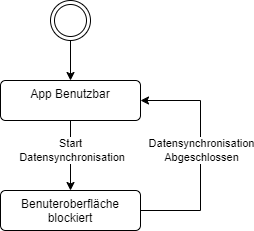
Earlier version of the draw.io export ablage/synchrone-datensynchronisation.drawio.png (zuercheram/Master-Thesis). Source tidied: cells renumbered, new cells last; positions are measured from the earlier drawing's top-left corner, leaving out a move shared by most shapes. Source of this version:
```xml
<mxGraphModel>
  <root>
    <mxCell id="0" />
    <mxCell id="1" parent="0" />
    <mxCell id="2" style="edgeStyle=orthogonalEdgeStyle;rounded=0;jettySize=auto;html=1;" parent="1" edge="1" source="3" target="6">
      <mxGeometry relative="1" as="geometry" />
    </mxCell>
    <mxCell id="3" style="ellipse;shape=doubleEllipse;html=1;dashed=0;whiteSpace=wrap;" parent="1" vertex="1">
      <mxGeometry x="50" width="40" height="40" as="geometry" />
    </mxCell>
    <mxCell id="4" style="edgeStyle=orthogonalEdgeStyle;rounded=0;jettySize=auto;html=1;" parent="1" edge="1" source="6" target="9">
      <mxGeometry relative="1" as="geometry" />
    </mxCell>
    <mxCell id="5" value="Start&lt;div&gt;&amp;nbsp;Datensynchronisation&lt;/div&gt;" style="edgeLabel;html=1;align=center;verticalAlign=middle;" parent="4" vertex="1">
      <mxGeometry x="-0.17" y="-1" relative="1" as="geometry" />
    </mxCell>
    <mxCell id="6" value="App Benutzbar" style="html=1;align=center;verticalAlign=top;rounded=1;absoluteArcSize=1;arcSize=10;dashed=0;whiteSpace=wrap;" parent="1" vertex="1">
      <mxGeometry y="80" width="140" height="40" as="geometry" />
    </mxCell>
    <mxCell id="7" style="edgeStyle=orthogonalEdgeStyle;rounded=0;jettySize=auto;html=1;entryX=1;entryY=0.5;entryDx=0;entryDy=0;" parent="1" edge="1" source="9" target="6">
      <mxGeometry relative="1" as="geometry">
        <Array as="points">
          <mxPoint x="200" y="210" />
          <mxPoint x="200" y="100" />
        </Array>
      </mxGeometry>
    </mxCell>
    <mxCell id="8" value="Datensynchronisation&lt;div&gt;Abgeschlossen&lt;/div&gt;" style="edgeLabel;html=1;align=center;verticalAlign=middle;" parent="7" vertex="1">
      <mxGeometry x="0.05" relative="1" as="geometry" />
    </mxCell>
    <mxCell id="9" value="Benuteroberfläche blockiert" style="html=1;align=center;verticalAlign=top;rounded=1;absoluteArcSize=1;arcSize=10;dashed=0;whiteSpace=wrap;" parent="1" vertex="1">
      <mxGeometry y="190" width="140" height="40" as="geometry" />
    </mxCell>
  </root>
</mxGraphModel>
```
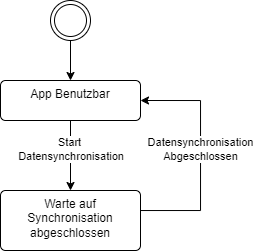
Later version of the same file.

Diff of the diagram source:
```diff
@@ -28,8 +28,8 @@
     <mxCell id="8" value="Datensynchronisation&lt;div&gt;Abgeschlossen&lt;/div&gt;" style="edgeLabel;html=1;align=center;verticalAlign=middle;" parent="7" vertex="1">
       <mxGeometry x="0.05" relative="1" as="geometry" />
     </mxCell>
-    <mxCell id="9" value="Benuteroberfläche blockiert" style="html=1;align=center;verticalAlign=top;rounded=1;absoluteArcSize=1;arcSize=10;dashed=0;whiteSpace=wrap;" parent="1" vertex="1">
-      <mxGeometry y="190" width="140" height="40" as="geometry" />
+    <mxCell id="9" value="Warte auf Synchronisation abgeschlossen" style="html=1;align=center;verticalAlign=top;rounded=1;absoluteArcSize=1;arcSize=10;dashed=0;whiteSpace=wrap;" parent="1" vertex="1">
+      <mxGeometry y="190" width="140" height="60" as="geometry" />
     </mxCell>
   </root>
 </mxGraphModel>
```
